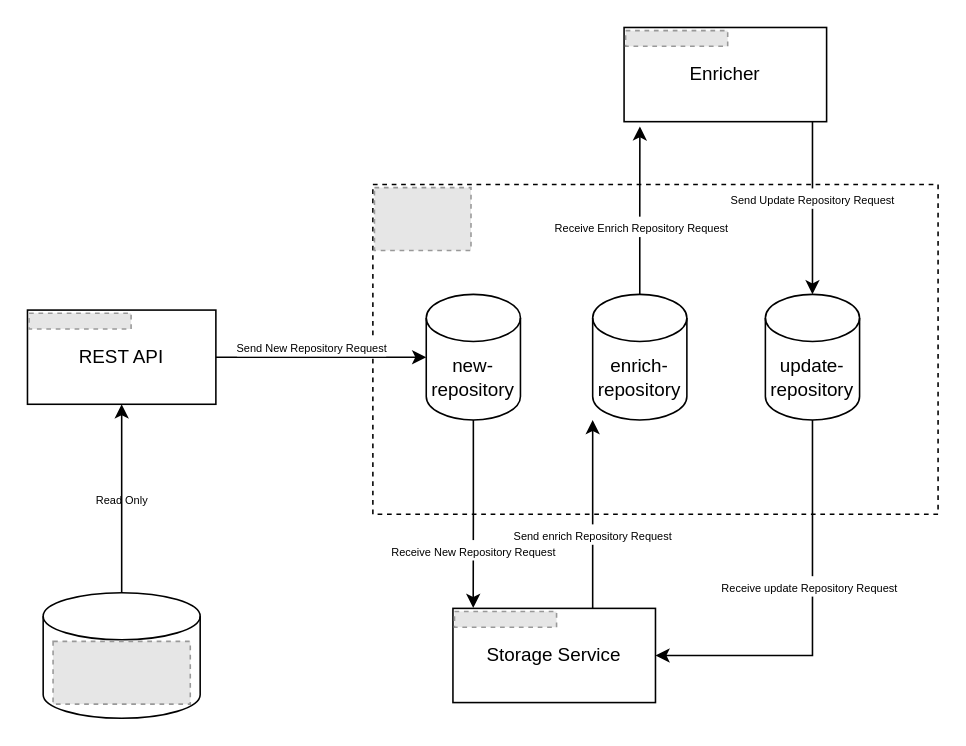
This is docs/app-diagram-components.drawio from quarkus-qe/quarkus-catalog-apps, a draw.io file, before an edit. Source tidied: cells renumbered, new cells numbered last; positions are measured from the earlier drawing's top-left corner, leaving out a move shared by most shapes. Both pictures are drawn from the tidied source at 157%, with x=0, y=0 at pixel (27, 27). Pictures stored in the file or linked from it are replaced by grey dashed boxes.
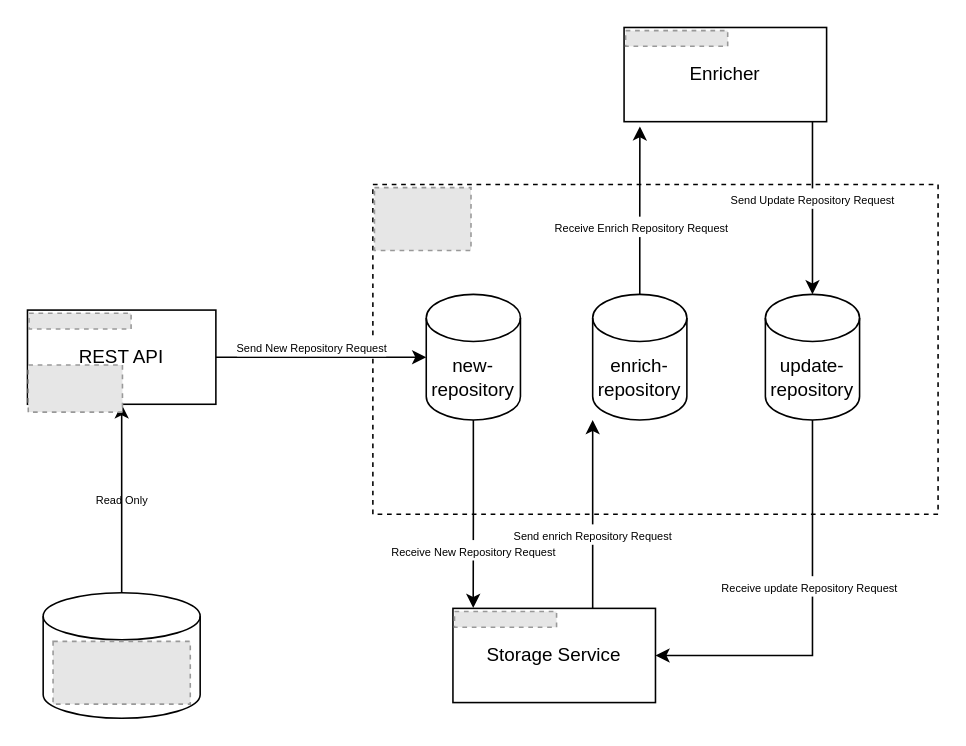
Above is the later version.

Diff of the diagram source:
```diff
@@
+    <mxCell id="29" style="fillColor=#E6E6E6;strokeColor=#999999;dashed=1;verticalLabelPosition=bottom;verticalAlign=top;" parent="1" vertex="1">
+      <mxGeometry x="0.5" y="215" width="60" height="30" as="geometry" />
+    </mxCell>
```
